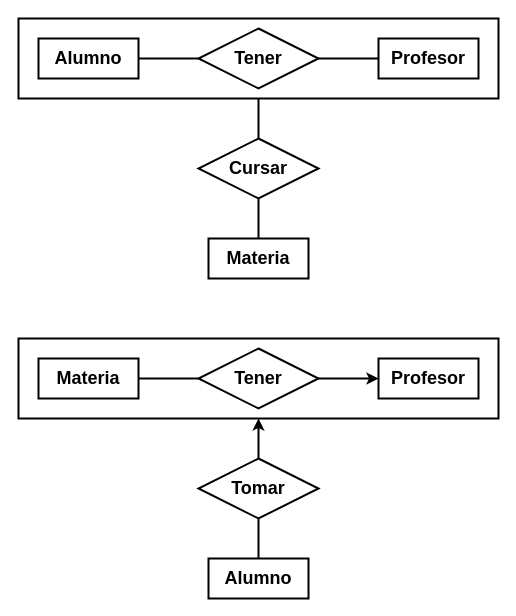
Above: Tarea02_equipo/Diagramas/Ejercicio2-I.drawio in Htska/Db (draw.io), before the change. Source tidied: cells renumbered, new cells numbered last; positions are measured from the earlier drawing's top-left corner, leaving out a move shared by most shapes. Both pictures are drawn from the tidied source at 100%, with x=0, y=0 at pixel (18, 18).
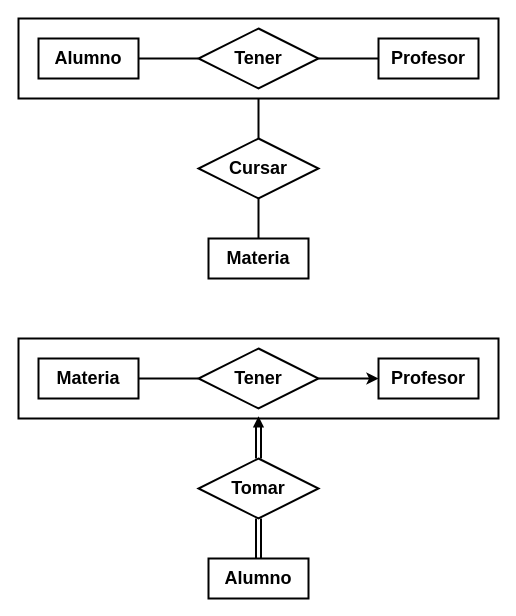
The same page after the edit.

Unchanged cells that the change refers to:
```xml
<mxCell id="2" style="group;verticalAlign=top;" parent="1" vertex="1">
  <mxGeometry y="260" width="480" height="320" as="geometry" />
</mxCell>
<mxCell id="3" style="rounded=0;whiteSpace=wrap;html=1;strokeWidth=2;" parent="2" vertex="1">
  <mxGeometry y="60" width="480" height="80" as="geometry" />
</mxCell>
<mxCell id="11" value="&lt;b&gt;Tomar&lt;/b&gt;" style="shape=rhombus;perimeter=rhombusPerimeter;whiteSpace=wrap;html=1;align=center;strokeWidth=2;fontSize=18;" parent="2" vertex="1">
  <mxGeometry x="180" y="180" width="120" height="60" as="geometry" />
</mxCell>
<mxCell id="12" value="Alumno" style="whiteSpace=wrap;html=1;align=center;strokeWidth=2;fontStyle=1;fontSize=18;" parent="2" vertex="1">
  <mxGeometry x="190" y="280" width="100" height="40" as="geometry" />
</mxCell>
```

Diff of the diagram source:
```diff
@@
-    <mxCell id="10" style="edgeStyle=orthogonalEdgeStyle;rounded=0;jettySize=auto;html=1;strokeWidth=2;endArrow=none;endFill=0;" parent="2" edge="1" source="11" target="12">
+    <mxCell id="10" style="edgeStyle=orthogonalEdgeStyle;rounded=0;jettySize=auto;html=1;strokeWidth=2;endArrow=none;endFill=0;shape=link;" parent="2" edge="1" source="11" target="12">
       <mxGeometry relative="1" as="geometry" />
     </mxCell>
@@
-    <mxCell id="13" style="edgeStyle=orthogonalEdgeStyle;rounded=0;jettySize=auto;html=1;startArrow=classic;startFill=1;endArrow=none;endFill=0;strokeWidth=2;" parent="2" edge="1" source="3" target="11">
-      <mxGeometry relative="1" as="geometry" />
-    </mxCell>
+    <mxCell id="25" style="edgeStyle=orthogonalEdgeStyle;rounded=0;jettySize=auto;html=1;shape=link;strokeWidth=2;" parent="2" edge="1" source="26" target="11">
+      <mxGeometry relative="1" as="geometry" />
+    </mxCell>
+    <mxCell id="26" style="triangle;whiteSpace=wrap;html=1;rotation=-90;strokeWidth=2;fillColor=#000000;" parent="2" vertex="1">
+      <mxGeometry x="236" y="140" width="8" height="8" as="geometry" />
+    </mxCell>
```
